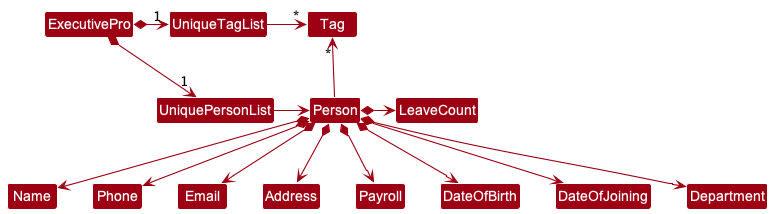
This is docs/images/BetterModelClassDiagram.png from nus-cs2103-AY2223S2/tp, a PlantUML export, as it was before one commit.
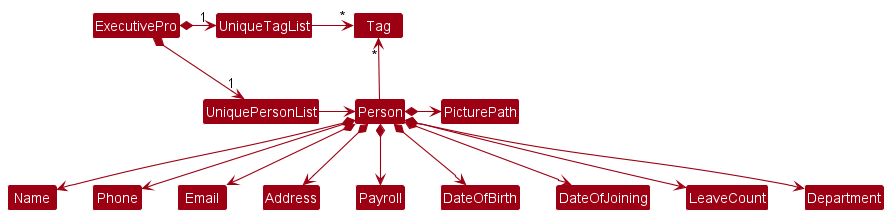
After the commit.

Diff of the diagram source:
```diff
@@ -21,7 +21,8 @@
 Person *--> Payroll
 Person *--> DateOfBirth
 Person *--> DateOfJoining
-Person *-> LeaveCount
+Person *--> LeaveCount
 Person *--> Department
+Person *-> PicturePath
 
 @enduml
```
